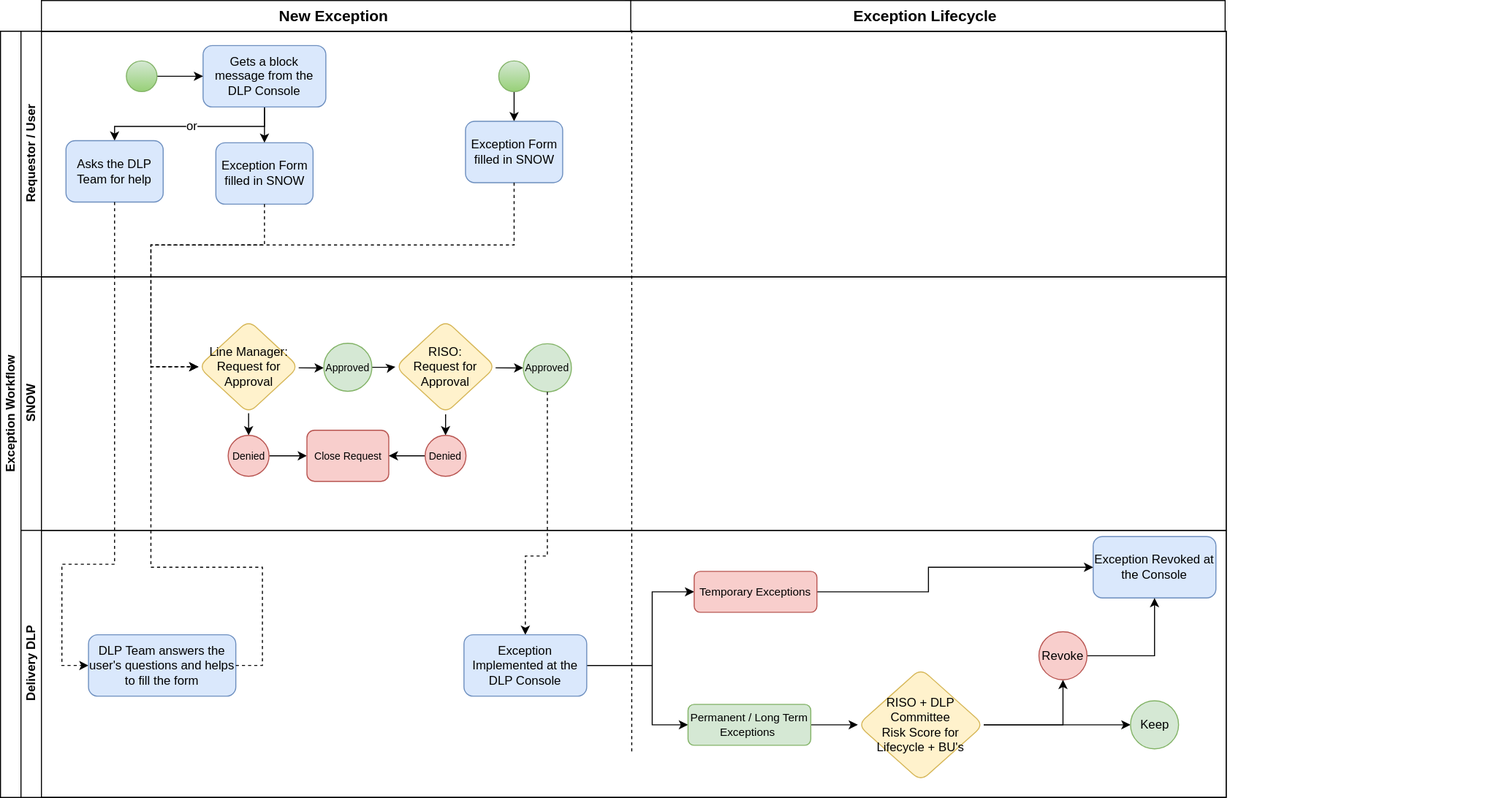
jovblopes/Internet-of-Things keeps this draw.io diagram as Exception_AsIs.svg. Above is the earlier version. Source tidied: cells renumbered, new cells last; positions are measured from the earlier drawing's top-left corner, leaving out a move shared by most shapes.
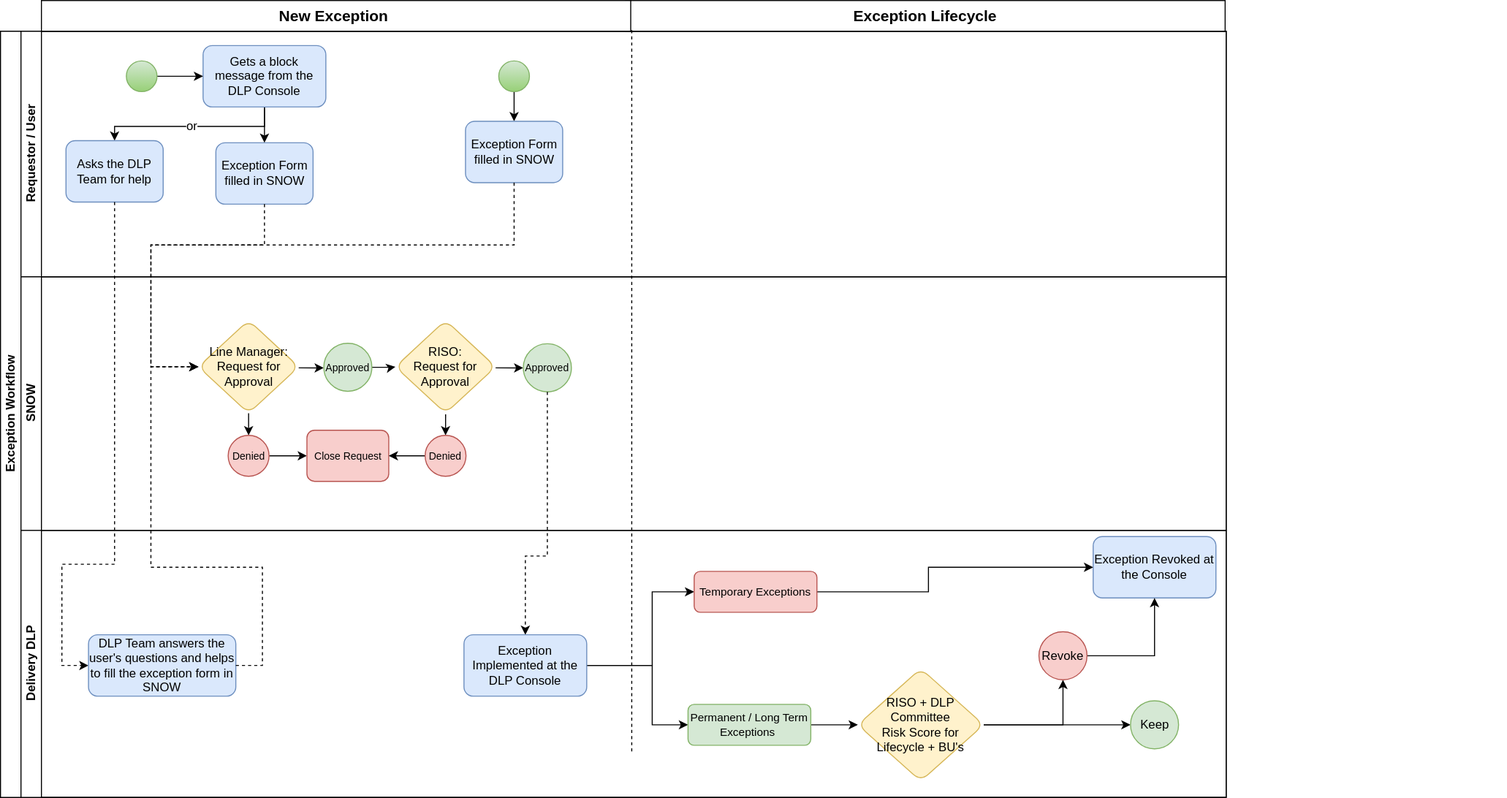
The same file after the commit.

Change to the diagram source:
```diff
@@ -199,7 +199,7 @@
     <mxCell id="50" value="Revoke" style="ellipse;whiteSpace=wrap;html=1;rounded=1;fontSize=12;fillColor=#f8cecc;strokeColor=#b85450;" parent="36" vertex="1">
       <mxGeometry x="995" y="99" width="47" height="47" as="geometry" />
     </mxCell>
-    <mxCell id="51" value="DLP Team answers the user's questions and helps to fill the form" style="rounded=1;whiteSpace=wrap;html=1;fontFamily=Helvetica;fontSize=12;align=center;fillColor=#dae8fc;strokeColor=#6c8ebf;" parent="36" vertex="1">
+    <mxCell id="51" value="DLP Team answers the user's questions and helps to fill the exception form in SNOW" style="rounded=1;whiteSpace=wrap;html=1;fontFamily=Helvetica;fontSize=12;align=center;fillColor=#dae8fc;strokeColor=#6c8ebf;" parent="36" vertex="1">
       <mxGeometry x="66" y="102" width="144" height="60" as="geometry" />
     </mxCell>
     <mxCell id="52" style="edgeStyle=orthogonalEdgeStyle;rounded=0;jettySize=auto;html=1;entryX=0;entryY=0.5;entryDx=0;entryDy=0;dashed=1;fontSize=12;exitX=1;exitY=0.5;exitDx=0;exitDy=0;" parent="4" edge="1" source="51" target="20">
```
